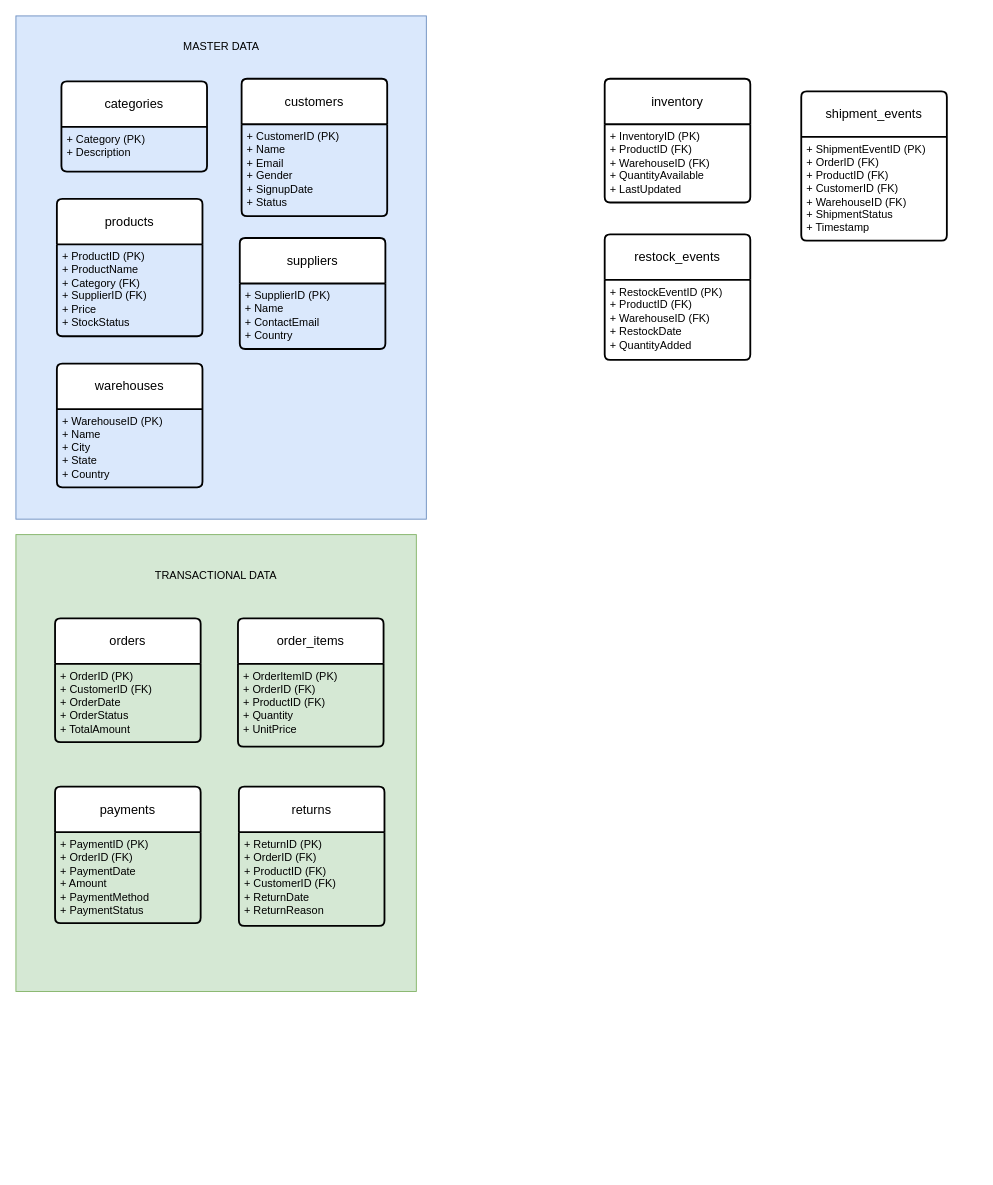
This is page "ERD Stage 1" (2 of 4) of Architecture.drawio from ADataSmith/BigDataEngineeringProject, a draw.io file, before an edit. Source tidied: cells renumbered, new cells numbered last; positions are measured from the earlier drawing's top-left corner, leaving out a move shared by most shapes. Both pictures are drawn from the tidied source at 91%, with x=0, y=0 at pixel (15, 15).
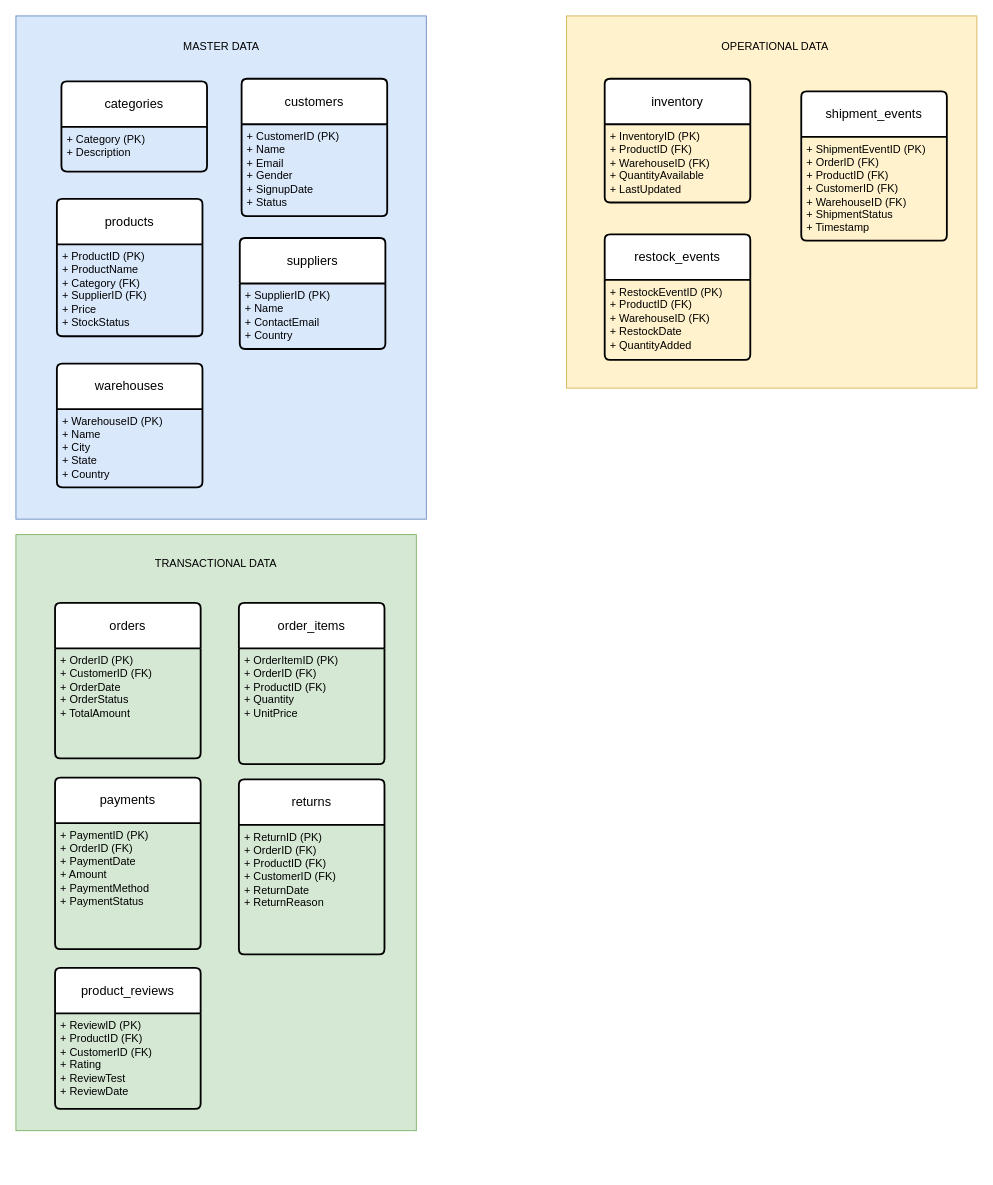
The same page after the edit.

What changed in the source:
```diff
@@
+    <mxCell id="34" style="rounded=0;whiteSpace=wrap;html=1;labelBackgroundColor=#CCE5FF;fillColor=#fff2cc;strokeColor=#d6b656;" parent="1" vertex="1">
+      <mxGeometry x="605" width="451" height="409" as="geometry" />
+    </mxCell>
@@
     <mxCell id="17" style="group;" parent="1" vertex="1">
-      <mxGeometry y="570" width="440" height="502" as="geometry" />
+      <mxGeometry y="570" width="440" height="697" as="geometry" />
     </mxCell>
     <mxCell id="18" style="rounded=0;whiteSpace=wrap;html=1;fillColor=#d5e8d4;strokeColor=#82b366;" parent="17" vertex="1">
-      <mxGeometry width="440" height="502" as="geometry" />
+      <mxGeometry width="440" height="655" as="geometry" />
     </mxCell>
     <mxCell id="19" value="orders" style="swimlane;horizontal=1;startSize=50;rounded=1;fontSize=14;fontStyle=0;strokeWidth=2;shadow=0;dashed=0;align=center;arcSize=4;whiteSpace=wrap;html=1;" parent="17" vertex="1">
-      <mxGeometry x="43" y="92" width="160" height="136" as="geometry" />
+      <mxGeometry x="43" y="75" width="160" height="170.9" as="geometry" />
     </mxCell>
     <mxCell id="20" value="+ OrderID (PK)&lt;br&gt;+ CustomerID (FK)&lt;br&gt;+ OrderDate&lt;div&gt;+ OrderStatus&lt;/div&gt;&lt;div&gt;+ TotalAmount&lt;/div&gt;" style="align=left;strokeColor=none;fillColor=none;spacingLeft=4;spacingRight=4;fontSize=12;verticalAlign=top;html=1;whiteSpace=wrap;" parent="19" vertex="1">
-      <mxGeometry y="50" width="160" height="86" as="geometry" />
+      <mxGeometry y="50" width="160" height="120.9" as="geometry" />
     </mxCell>
     <mxCell id="21" value="order_items" style="swimlane;horizontal=1;startSize=50;rounded=1;fontSize=14;fontStyle=0;strokeWidth=2;shadow=0;dashed=0;align=center;arcSize=4;whiteSpace=wrap;html=1;" parent="17" vertex="1">
-      <mxGeometry x="244" y="92" width="160" height="141" as="geometry" />
+      <mxGeometry x="245" y="75" width="160" height="177.2" as="geometry" />
     </mxCell>
     <mxCell id="22" value="+ OrderItemID (PK)&lt;br&gt;+ OrderID (FK)&lt;br&gt;+ ProductID (FK)&lt;div&gt;+ Quantity&lt;/div&gt;&lt;div&gt;+ UnitPrice&lt;/div&gt;" style="align=left;strokeColor=none;fillColor=none;spacingLeft=4;spacingRight=4;fontSize=12;verticalAlign=top;html=1;whiteSpace=wrap;" parent="21" vertex="1">
-      <mxGeometry y="50" width="160" height="91" as="geometry" />
+      <mxGeometry y="50" width="160" height="127.2" as="geometry" />
     </mxCell>
     <mxCell id="23" value="payments" style="swimlane;horizontal=1;startSize=50;rounded=1;fontSize=14;fontStyle=0;strokeWidth=2;shadow=0;dashed=0;align=center;arcSize=4;whiteSpace=wrap;html=1;" parent="17" vertex="1">
-      <mxGeometry x="43" y="277" width="160" height="150" as="geometry" />
+      <mxGeometry x="43" y="267" width="160" height="188.5" as="geometry" />
     </mxCell>
     <mxCell id="24" value="+ PaymentID (PK)&lt;br&gt;+ OrderID (FK)&lt;br&gt;+ PaymentDate&lt;div&gt;+ Amount&lt;/div&gt;&lt;div&gt;+ PaymentMethod&lt;/div&gt;&lt;div&gt;+ PaymentStatus&lt;/div&gt;" style="align=left;strokeColor=none;fillColor=none;spacingLeft=4;spacingRight=4;fontSize=12;verticalAlign=top;html=1;whiteSpace=wrap;" parent="23" vertex="1">
-      <mxGeometry y="50" width="160" height="100" as="geometry" />
+      <mxGeometry y="50" width="160" height="138.5" as="geometry" />
     </mxCell>
     <mxCell id="25" value="returns" style="swimlane;horizontal=1;startSize=50;rounded=1;fontSize=14;fontStyle=0;strokeWidth=2;shadow=0;dashed=0;align=center;arcSize=4;whiteSpace=wrap;html=1;" parent="17" vertex="1">
-      <mxGeometry x="245" y="277" width="160" height="153" as="geometry" />
+      <mxGeometry x="245" y="269" width="160" height="192.3" as="geometry" />
     </mxCell>
     <mxCell id="26" value="+ ReturnID (PK)&lt;br&gt;+ OrderID (FK)&lt;br&gt;+ ProductID (FK)&lt;div&gt;+ CustomerID (FK)&lt;/div&gt;&lt;div&gt;+ ReturnDate&lt;/div&gt;&lt;div&gt;+ ReturnReason&lt;/div&gt;" style="align=left;strokeColor=none;fillColor=none;spacingLeft=4;spacingRight=4;fontSize=12;verticalAlign=top;html=1;whiteSpace=wrap;" parent="25" vertex="1">
-      <mxGeometry y="50" width="160" height="103" as="geometry" />
+      <mxGeometry y="50" width="160" height="142.3" as="geometry" />
     </mxCell>
     <mxCell id="27" value="TRANSACTIONAL DATA" style="text;html=1;align=center;verticalAlign=middle;whiteSpace=wrap;rounded=0;" parent="17" vertex="1">
-      <mxGeometry x="146" y="30" width="148" height="30" as="geometry" />
+      <mxGeometry x="146" y="13" width="148" height="37.7" as="geometry" />
     </mxCell>
+    <mxCell id="35" value="product_reviews" style="swimlane;horizontal=1;startSize=50;rounded=1;fontSize=14;fontStyle=0;strokeWidth=2;shadow=0;dashed=0;align=center;arcSize=4;whiteSpace=wrap;html=1;" parent="17" vertex="1">
+      <mxGeometry x="43" y="476" width="160" height="155" as="geometry" />
+    </mxCell>
+    <mxCell id="36" value="+ ReviewID (PK)&lt;br&gt;+ ProductID (FK)&lt;br&gt;+ CustomerID (FK)&lt;div&gt;+ Rating&lt;/div&gt;&lt;div&gt;+ ReviewTest&lt;/div&gt;&lt;div&gt;+ ReviewDate&lt;/div&gt;" style="align=left;strokeColor=none;fillColor=none;spacingLeft=4;spacingRight=4;fontSize=12;verticalAlign=top;html=1;whiteSpace=wrap;" parent="35" vertex="1">
+      <mxGeometry y="50" width="160" height="105" as="geometry" />
+    </mxCell>
@@
+    <mxCell id="37" value="OPERATIONAL DATA" style="text;html=1;align=center;verticalAlign=middle;whiteSpace=wrap;rounded=0;" parent="1" vertex="1">
+      <mxGeometry x="764" y="19" width="141" height="30" as="geometry" />
+    </mxCell>
```
